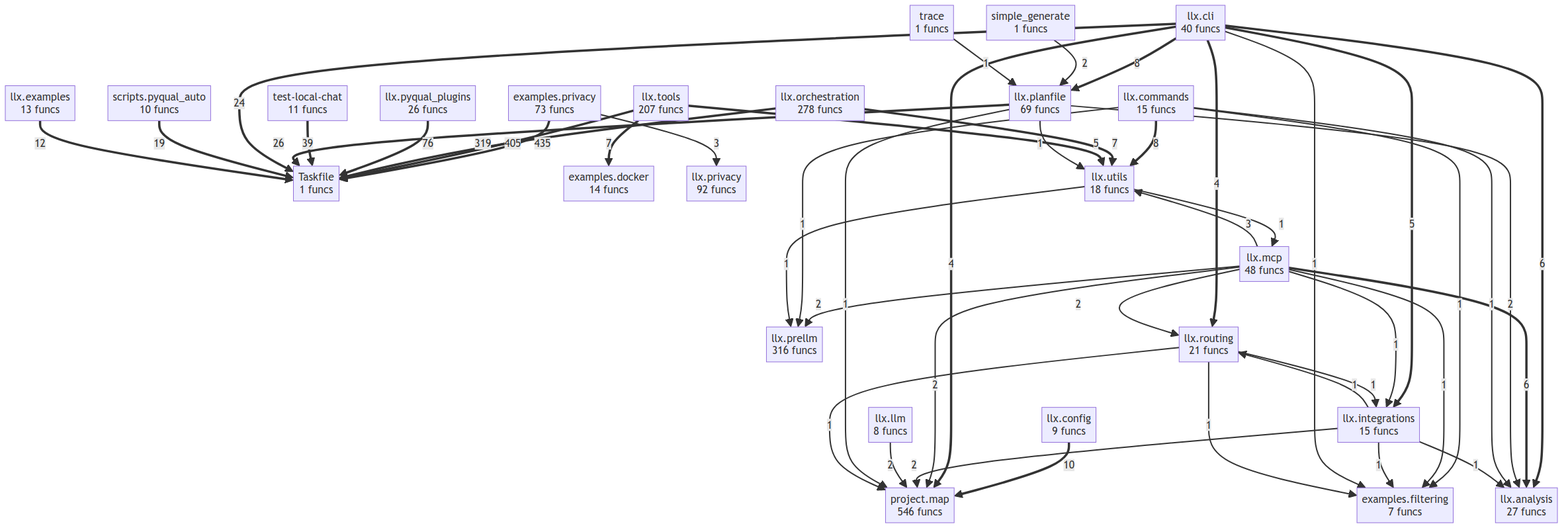
This is project/compact_flow.png from semcod/llx, a Mermaid export, as it was before one commit. Its source is kept beside it as project/compact_flow.mmd.
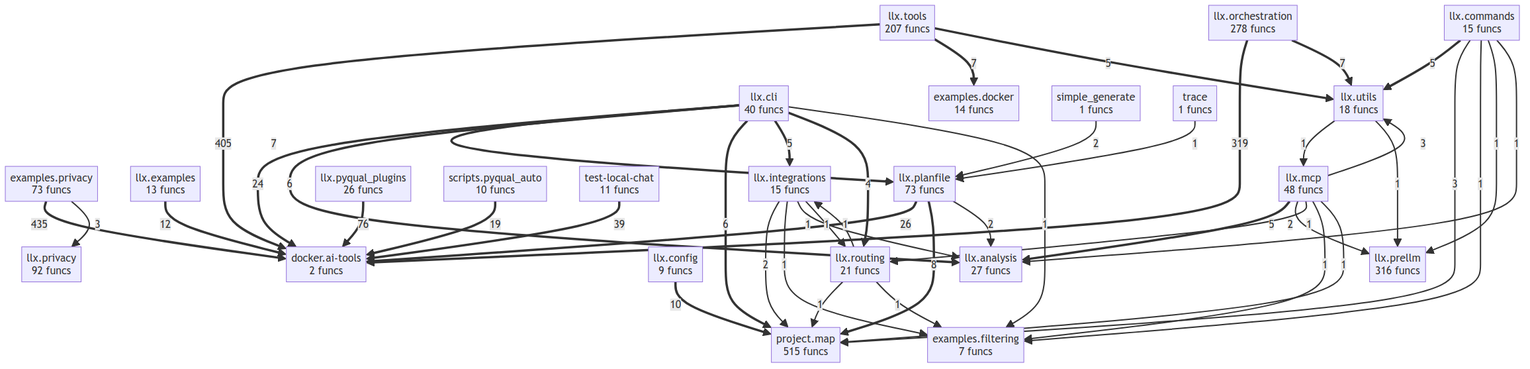
The same diagram one commit later.

Change to the diagram source:
```diff
@@ -1,5 +1,5 @@
 flowchart TD
-    Taskfile["Taskfile<br/>1 funcs"]
+    docker__ai_tools["docker.ai-tools<br/>2 funcs"]
     examples__docker["examples.docker<br/>14 funcs"]
     examples__filtering["examples.filtering<br/>7 funcs"]
     examples__privacy["examples.privacy<br/>73 funcs"]
@@ -9,64 +9,61 @@
     llx__config["llx.config<br/>9 funcs"]
     llx__examples["llx.examples<br/>13 funcs"]
     llx__integrations["llx.integrations<br/>15 funcs"]
-    llx__llm["llx.llm<br/>8 funcs"]
     llx__mcp["llx.mcp<br/>48 funcs"]
     llx__orchestration["llx.orchestration<br/>278 funcs"]
-    llx__planfile["llx.planfile<br/>69 funcs"]
+    llx__planfile["llx.planfile<br/>73 funcs"]
     llx__prellm["llx.prellm<br/>316 funcs"]
     llx__privacy["llx.privacy<br/>92 funcs"]
     llx__pyqual_plugins["llx.pyqual_plugins<br/>26 funcs"]
     llx__routing["llx.routing<br/>21 funcs"]
     llx__tools["llx.tools<br/>207 funcs"]
     llx__utils["llx.utils<br/>18 funcs"]
-    project__map["project.map<br/>546 funcs"]
+    project__map["project.map<br/>515 funcs"]
     scripts__pyqual_auto["scripts.pyqual_auto<br/>10 funcs"]
     simple_generate["simple_generate<br/>1 funcs"]
     test_local_chat["test-local-chat<br/>11 funcs"]
     trace["trace<br/>1 funcs"]
-    examples__privacy ==>|435| Taskfile
-    llx__tools ==>|405| Taskfile
-    llx__orchestration ==>|319| Taskfile
-    llx__pyqual_plugins ==>|76| Taskfile
-    test_local_chat ==>|39| Taskfile
-    llx__planfile ==>|26| Taskfile
-    llx__cli ==>|24| Taskfile
-    scripts__pyqual_auto ==>|19| Taskfile
-    llx__examples ==>|12| Taskfile
+    examples__privacy ==>|435| docker__ai_tools
+    llx__tools ==>|405| docker__ai_tools
+    llx__orchestration ==>|319| docker__ai_tools
+    llx__pyqual_plugins ==>|76| docker__ai_tools
+    test_local_chat ==>|39| docker__ai_tools
+    llx__planfile ==>|26| docker__ai_tools
+    llx__cli ==>|24| docker__ai_tools
+    scripts__pyqual_auto ==>|19| docker__ai_tools
+    llx__examples ==>|12| docker__ai_tools
     llx__config ==>|10| project__map
-    llx__commands ==>|8| llx__utils
-    llx__cli ==>|8| llx__planfile
+    llx__planfile ==>|8| project__map
     llx__tools ==>|7| examples__docker
+    llx__cli ==>|7| llx__planfile
     llx__orchestration ==>|7| llx__utils
     llx__cli ==>|6| llx__analysis
-    llx__mcp ==>|6| llx__analysis
+    llx__cli ==>|6| project__map
+    llx__commands ==>|5| llx__utils
     llx__tools ==>|5| llx__utils
+    llx__mcp ==>|5| llx__analysis
     llx__cli ==>|5| llx__integrations
-    llx__cli ==>|4| project__map
     llx__cli ==>|4| llx__routing
     examples__privacy -->|3| llx__privacy
+    llx__commands -->|3| project__map
     llx__mcp -->|3| llx__utils
     simple_generate -->|2| llx__planfile
     llx__planfile -->|2| llx__analysis
-    llx__mcp -->|2| llx__routing
-    llx__mcp -->|2| project__map
+    llx__integrations -->|2| project__map
     llx__mcp -->|2| llx__prellm
-    llx__integrations -->|2| project__map
-    llx__llm -->|2| project__map
     trace -->|1| llx__planfile
     llx__commands -->|1| examples__filtering
     llx__commands -->|1| llx__prellm
     llx__commands -->|1| llx__analysis
-    llx__planfile -->|1| project__map
     llx__utils -->|1| llx__mcp
     llx__utils -->|1| llx__prellm
-    llx__mcp -->|1| examples__filtering
-    llx__mcp -->|1| llx__integrations
     llx__integrations -->|1| examples__filtering
     llx__integrations -->|1| llx__analysis
     llx__integrations -->|1| llx__routing
-    llx__planfile -->|1| llx__utils
-    llx__cli -->|1| examples__filtering
     llx__routing -->|1| project__map
     llx__routing -->|1| examples__filtering
     llx__routing -->|1| llx__integrations
+    llx__mcp -->|1| llx__routing
+    llx__mcp -->|1| examples__filtering
+    llx__mcp -->|1| project__map
+    llx__cli -->|1| examples__filtering
```
